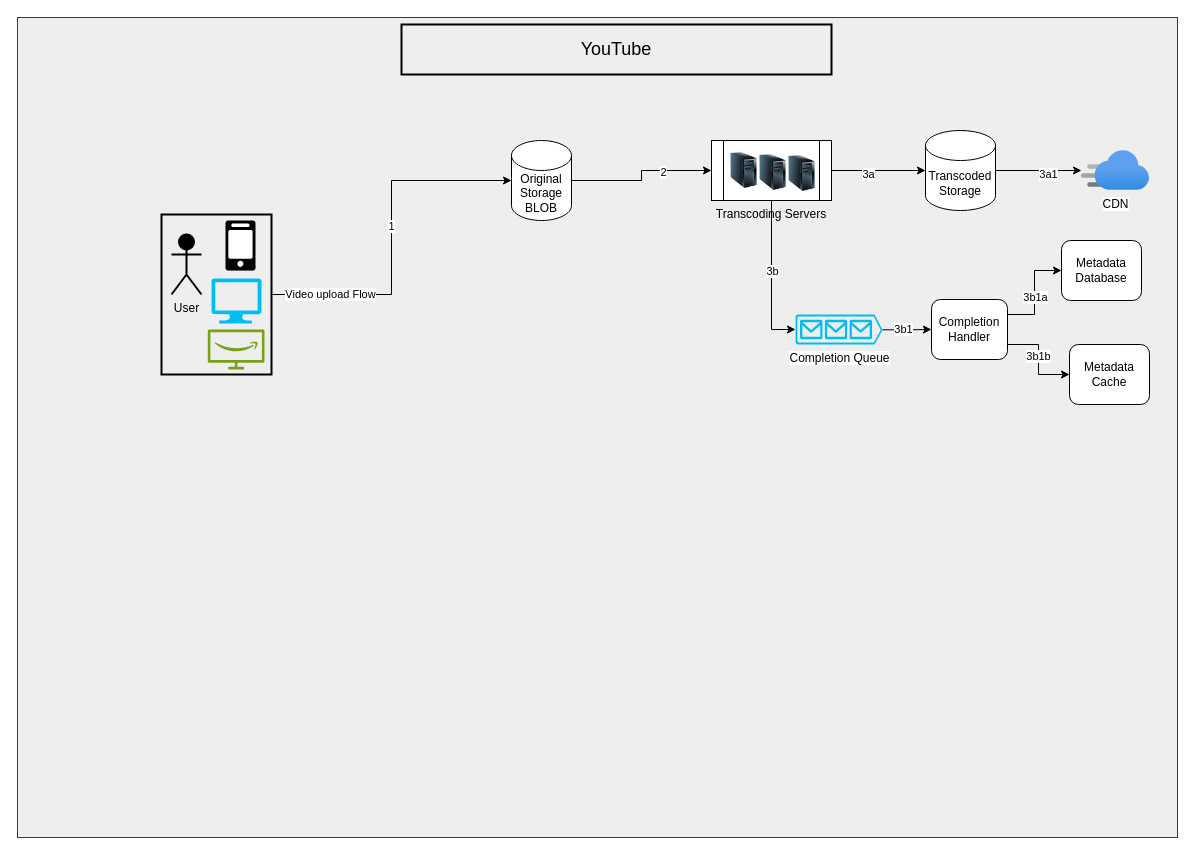
Above: page "Youtube" (5 of 5) of Untitled Diagram.drawio in vaibhavjain1/app.diagrams.net (draw.io), before the change. Source tidied: cells renumbered, new cells numbered last; positions are measured from the earlier drawing's top-left corner, leaving out a move shared by most shapes. Both pictures are drawn from the tidied source at 100%, with x=0, y=0 at pixel (17, 17).
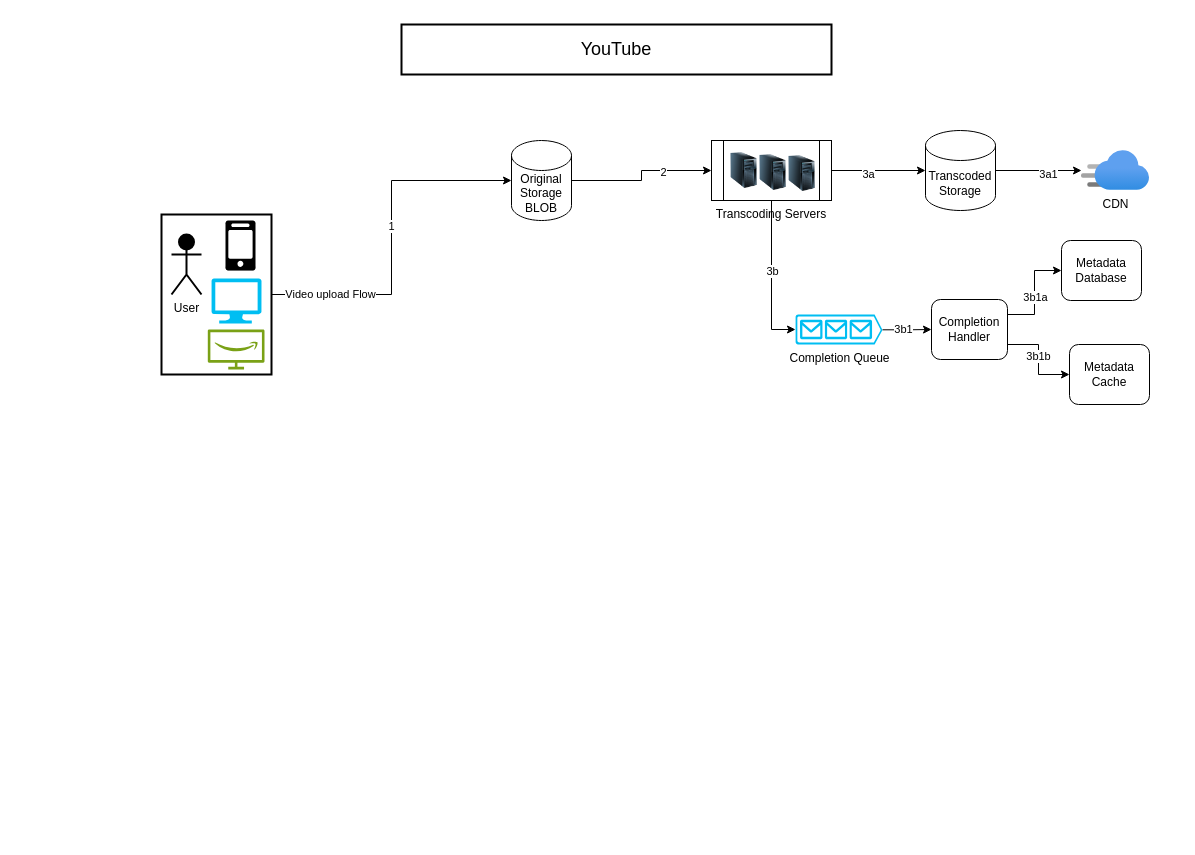
The same page after the edit.

Diff of the diagram source:
```diff
@@
-    <mxCell id="2" style="rounded=0;whiteSpace=wrap;html=1;fillColor=#eeeeee;strokeColor=#36393d;" parent="1" vertex="1">
-      <mxGeometry width="1160" height="820" as="geometry" />
-    </mxCell>
```
